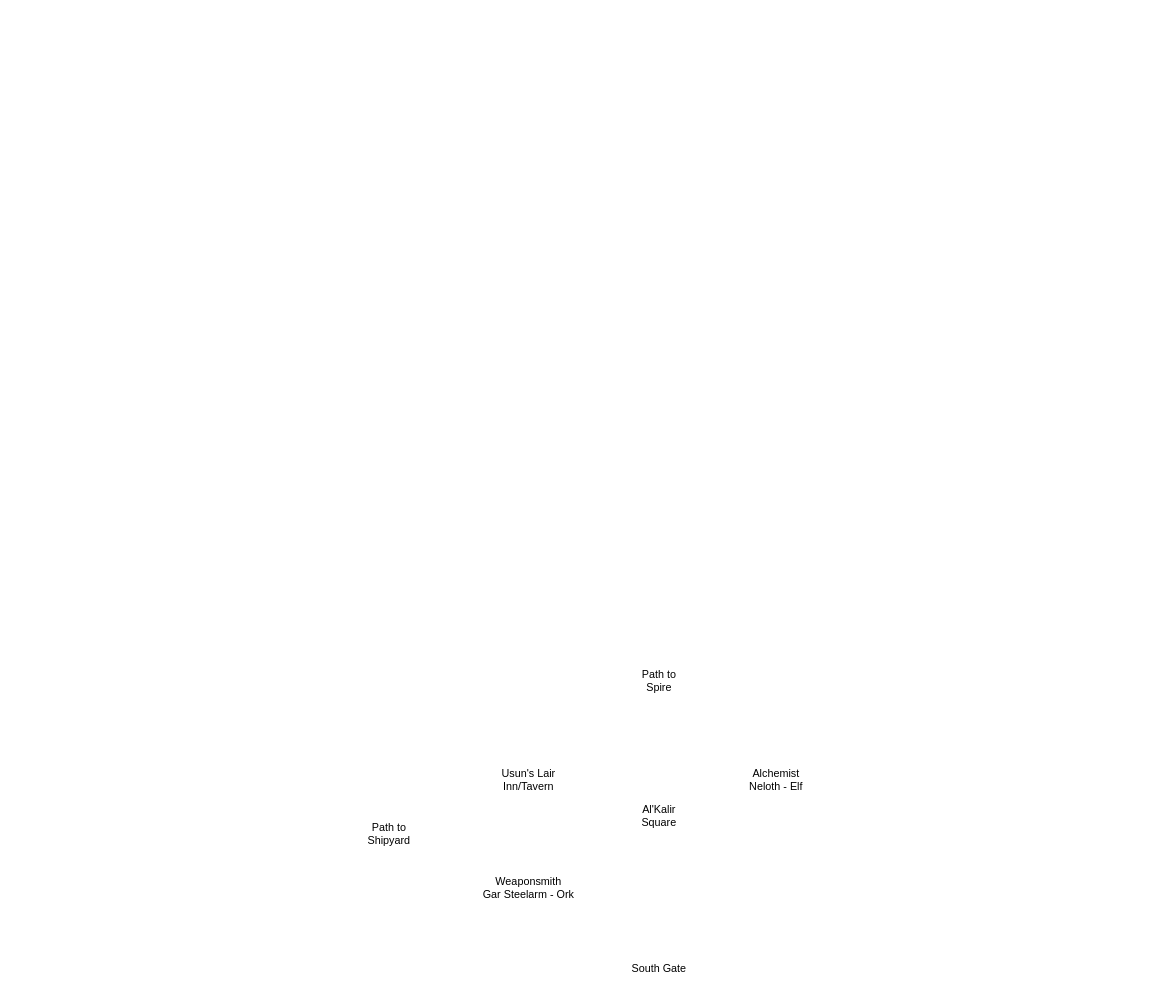
Before: Jerris.drawio in marcusspain/drawings, a draw.io diagram. Source tidied: cells renumbered, new cells numbered last; positions are measured from the earlier drawing's top-left corner, leaving out a move shared by most shapes. Both pictures are drawn from the tidied source at 90%, with x=0, y=0 at pixel (357, 662).
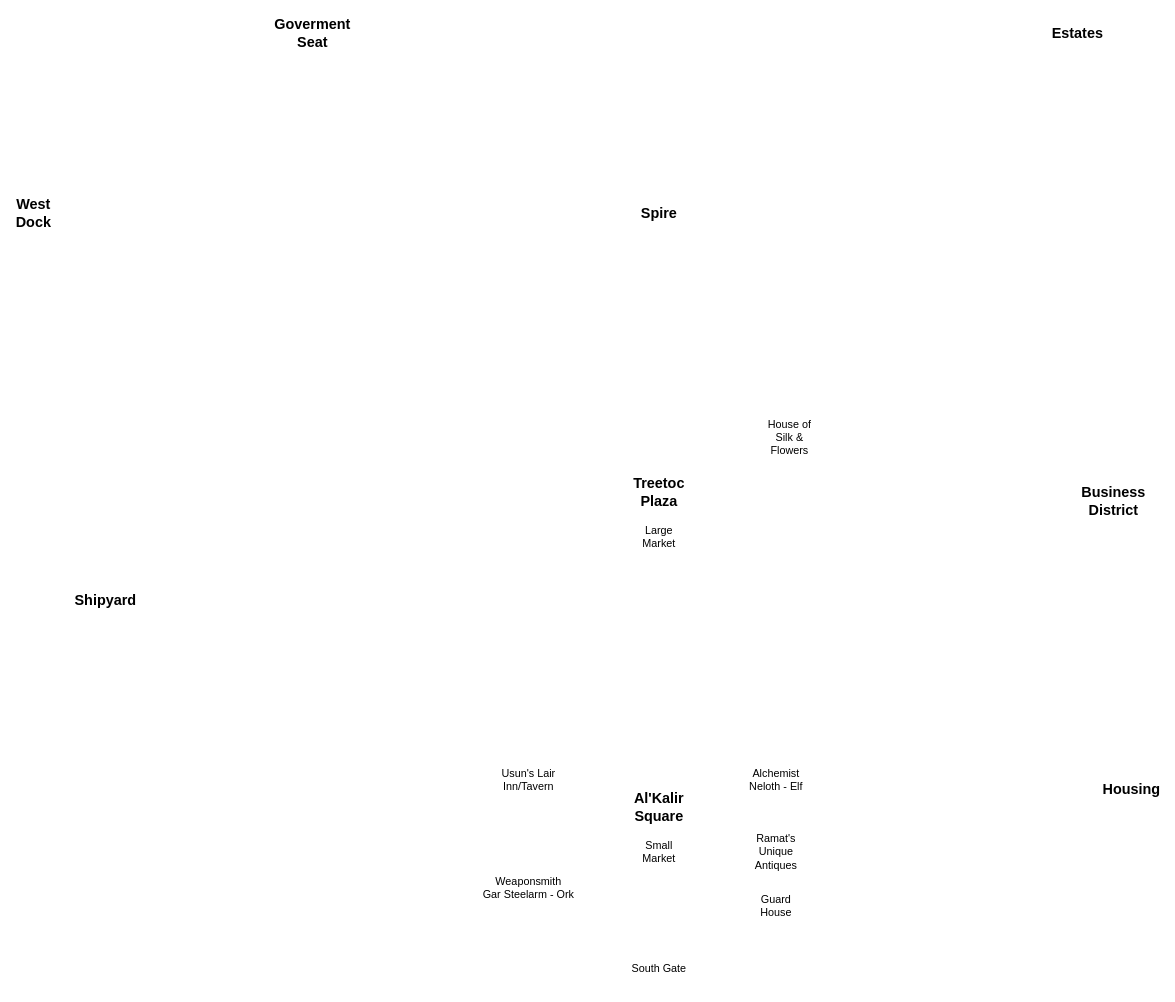
The same diagram, later.

Diff of the diagram source:
```diff
@@
 <mxGraphModel>
   <root>
     <mxCell id="0" />
     <mxCell id="1" parent="0" />
-    <mxCell id="2" value="Al'Kalir Square" style="text;html=1;strokeColor=none;fillColor=none;align=center;verticalAlign=middle;whiteSpace=wrap;rounded=0;" parent="1" vertex="1">
-      <mxGeometry x="315" y="160" width="40" height="20" as="geometry" />
+    <mxCell id="2" value="Al'Kalir Square" style="text;html=1;strokeColor=none;fillColor=none;align=center;verticalAlign=middle;whiteSpace=wrap;rounded=0;fontStyle=1;fontSize=16;" parent="1" vertex="1">
+      <mxGeometry x="315" y="150" width="40" height="20" as="geometry" />
     </mxCell>
     <mxCell id="3" value="Usun's Lair Inn/Tavern" style="text;html=1;strokeColor=none;fillColor=none;align=center;verticalAlign=middle;whiteSpace=wrap;rounded=0;" parent="1" vertex="1">
       <mxGeometry x="155" y="110" width="70" height="40" as="geometry" />
     </mxCell>
     <mxCell id="4" value="Weaponsmith&lt;br&gt;Gar Steelarm - Ork" style="text;html=1;strokeColor=none;fillColor=none;align=center;verticalAlign=middle;whiteSpace=wrap;rounded=0;" parent="1" vertex="1">
       <mxGeometry x="130" y="230" width="120" height="40" as="geometry" />
     </mxCell>
     <mxCell id="5" value="Alchemist&lt;br&gt;Neloth - Elf" style="text;html=1;strokeColor=none;fillColor=none;align=center;verticalAlign=middle;whiteSpace=wrap;rounded=0;" parent="1" vertex="1">
       <mxGeometry x="430" y="110" width="70" height="40" as="geometry" />
     </mxCell>
-    <mxCell id="6" value="Path to Shipyard" style="text;html=1;strokeColor=none;fillColor=none;align=center;verticalAlign=middle;whiteSpace=wrap;rounded=0;" parent="1" vertex="1">
-      <mxGeometry y="170" width="70" height="40" as="geometry" />
-    </mxCell>
-    <mxCell id="7" value="Path to Spire" style="text;html=1;strokeColor=none;fillColor=none;align=center;verticalAlign=middle;whiteSpace=wrap;rounded=0;" parent="1" vertex="1">
-      <mxGeometry x="300" width="70" height="40" as="geometry" />
-    </mxCell>
     <mxCell id="8" value="South Gate" style="text;html=1;strokeColor=none;fillColor=none;align=center;verticalAlign=middle;whiteSpace=wrap;rounded=0;" parent="1" vertex="1">
       <mxGeometry x="300" y="320" width="70" height="40" as="geometry" />
     </mxCell>
+    <mxCell id="9" value="Small Market" style="text;html=1;strokeColor=none;fillColor=none;align=center;verticalAlign=middle;whiteSpace=wrap;rounded=0;" parent="1" vertex="1">
+      <mxGeometry x="315" y="200" width="40" height="20" as="geometry" />
+    </mxCell>
+    <mxCell id="10" value="Guard House" style="text;html=1;strokeColor=none;fillColor=none;align=center;verticalAlign=middle;whiteSpace=wrap;rounded=0;" parent="1" vertex="1">
+      <mxGeometry x="445" y="260" width="40" height="20" as="geometry" />
+    </mxCell>
+    <mxCell id="11" value="Ramat's Unique Antiques" style="text;html=1;strokeColor=none;fillColor=none;align=center;verticalAlign=middle;whiteSpace=wrap;rounded=0;" parent="1" vertex="1">
+      <mxGeometry x="445" y="200" width="40" height="20" as="geometry" />
+    </mxCell>
+    <mxCell id="12" value="Treetoc&lt;br&gt;Plaza" style="text;html=1;strokeColor=none;fillColor=none;align=center;verticalAlign=middle;whiteSpace=wrap;rounded=0;fontSize=16;fontStyle=1;" parent="1" vertex="1">
+      <mxGeometry x="315" y="-200" width="40" height="20" as="geometry" />
+    </mxCell>
+    <mxCell id="13" value="Large Market" style="text;html=1;strokeColor=none;fillColor=none;align=center;verticalAlign=middle;whiteSpace=wrap;rounded=0;" parent="1" vertex="1">
+      <mxGeometry x="300" y="-160" width="70" height="40" as="geometry" />
+    </mxCell>
+    <mxCell id="14" value="House of Silk &amp;amp; Flowers" style="text;html=1;strokeColor=none;fillColor=none;align=center;verticalAlign=middle;whiteSpace=wrap;rounded=0;" parent="1" vertex="1">
+      <mxGeometry x="445" y="-270" width="70" height="40" as="geometry" />
+    </mxCell>
+    <mxCell id="15" value="Shipyard" style="text;html=1;strokeColor=none;fillColor=none;align=center;verticalAlign=middle;whiteSpace=wrap;rounded=0;fontSize=16;fontStyle=1;" parent="1" vertex="1">
+      <mxGeometry x="-300" y="-80" width="40" height="20" as="geometry" />
+    </mxCell>
+    <mxCell id="16" value="Business District" style="text;html=1;strokeColor=none;fillColor=none;align=center;verticalAlign=middle;whiteSpace=wrap;rounded=0;fontSize=16;fontStyle=1;" parent="1" vertex="1">
+      <mxGeometry x="820" y="-190" width="40" height="20" as="geometry" />
+    </mxCell>
+    <mxCell id="17" value="Spire" style="text;html=1;strokeColor=none;fillColor=none;align=center;verticalAlign=middle;whiteSpace=wrap;rounded=0;fontSize=16;fontStyle=1;" parent="1" vertex="1">
+      <mxGeometry x="315" y="-510" width="40" height="20" as="geometry" />
+    </mxCell>
+    <mxCell id="18" value="Housing" style="text;html=1;strokeColor=none;fillColor=none;align=center;verticalAlign=middle;whiteSpace=wrap;rounded=0;fontSize=16;fontStyle=1;" parent="1" vertex="1">
+      <mxGeometry x="840" y="130" width="40" height="20" as="geometry" />
+    </mxCell>
+    <mxCell id="19" value="Estates" style="text;html=1;strokeColor=none;fillColor=none;align=center;verticalAlign=middle;whiteSpace=wrap;rounded=0;fontSize=16;fontStyle=1;" parent="1" vertex="1">
+      <mxGeometry x="780" y="-710" width="40" height="20" as="geometry" />
+    </mxCell>
+    <mxCell id="20" value="Goverment Seat" style="text;html=1;strokeColor=none;fillColor=none;align=center;verticalAlign=middle;whiteSpace=wrap;rounded=0;fontSize=16;fontStyle=1;" parent="1" vertex="1">
+      <mxGeometry x="-70" y="-710" width="40" height="20" as="geometry" />
+    </mxCell>
+    <mxCell id="21" value="West Dock" style="text;html=1;strokeColor=none;fillColor=none;align=center;verticalAlign=middle;whiteSpace=wrap;rounded=0;fontSize=16;fontStyle=1;" parent="1" vertex="1">
+      <mxGeometry x="-380" y="-510" width="40" height="20" as="geometry" />
+    </mxCell>
   </root>
 </mxGraphModel>
```
